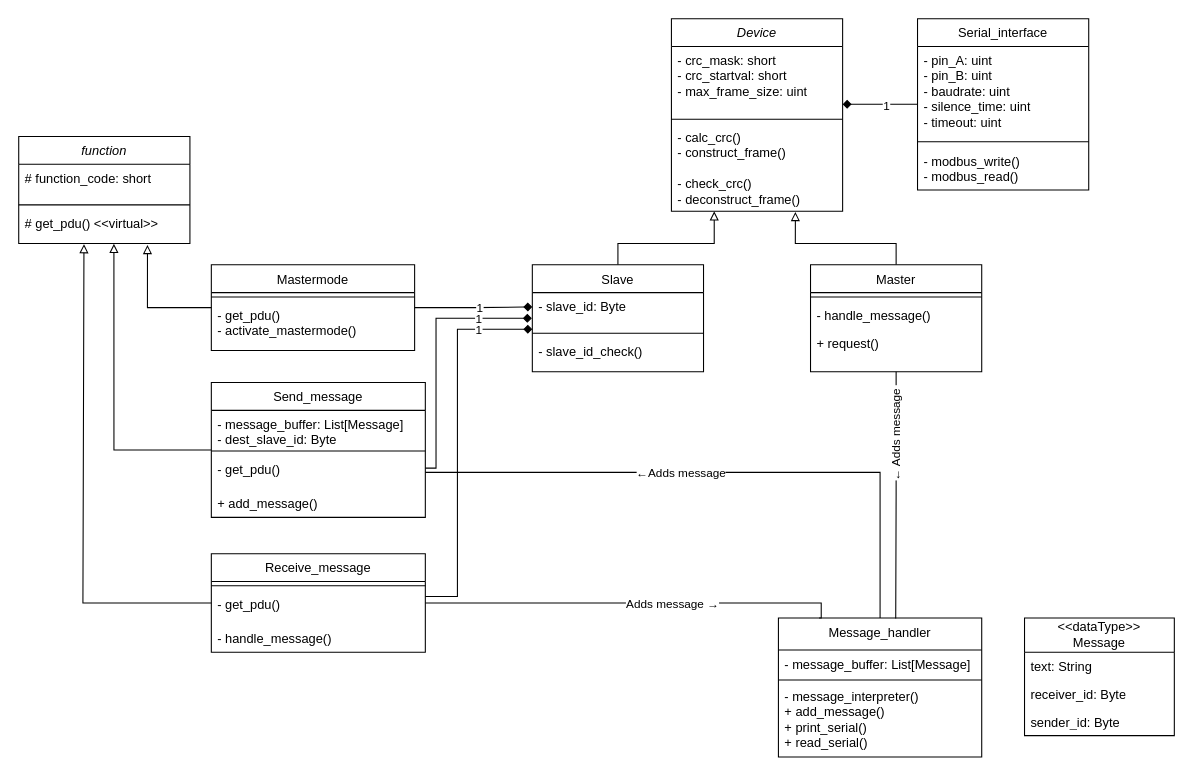
The draw.io diagram modbus_classdiagram.drawio in F-L-X-S/BusBricks, before the edit. Source tidied: cells renumbered, new cells numbered last; positions are measured from the earlier drawing's top-left corner, leaving out a move shared by most shapes. Both pictures are drawn from the tidied source at 107%, with x=0, y=0 at pixel (18, 18).
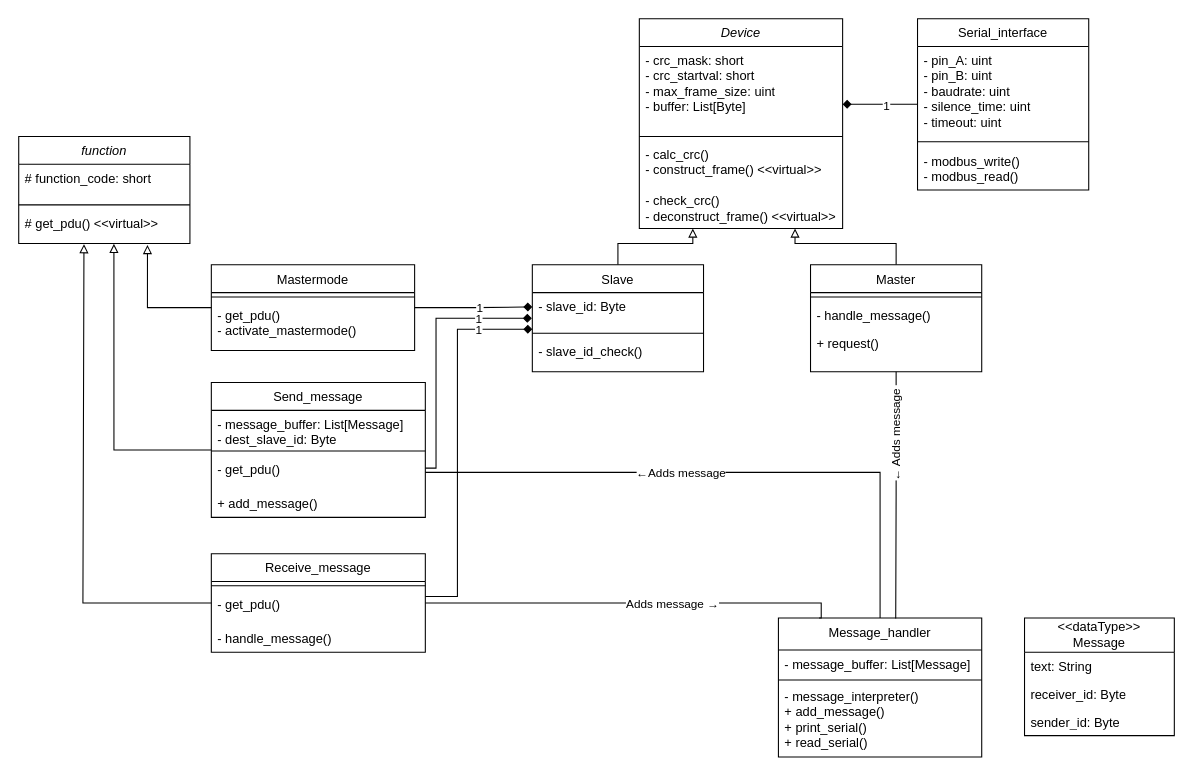
The same page after the edit.

Unchanged cells that the change refers to:
```xml
<mxCell id="7" value="&lt;span style=&quot;font-weight: normal;&quot;&gt;Slave&lt;/span&gt;" style="swimlane;fontStyle=1;align=center;verticalAlign=top;horizontal=1;startSize=26;whiteSpace=wrap;html=1;" parent="1" vertex="1">
  <mxGeometry x="480" y="230" width="160" height="100" as="geometry" />
</mxCell>
<mxCell id="12" value="&lt;span style=&quot;font-weight: normal;&quot;&gt;Master&lt;/span&gt;" style="swimlane;fontStyle=1;align=center;verticalAlign=top;horizontal=1;startSize=26;whiteSpace=wrap;html=1;" parent="1" vertex="1">
  <mxGeometry x="740" y="230" width="160" height="100" as="geometry" />
</mxCell>
```

What changed in the source:
```diff
@@
     <mxCell id="2" value="&lt;span style=&quot;font-weight: normal;&quot;&gt;&lt;i&gt;Device&lt;/i&gt;&lt;/span&gt;" style="swimlane;fontStyle=1;align=center;verticalAlign=top;horizontal=1;startSize=26;whiteSpace=wrap;html=1;" parent="1" vertex="1">
-      <mxGeometry x="610" width="160" height="180" as="geometry" />
+      <mxGeometry x="580" width="190" height="196" as="geometry" />
     </mxCell>
-    <mxCell id="3" value="- crc_mask: short&lt;div&gt;- crc_startval: short&lt;/div&gt;&lt;div&gt;- max_frame_size: uint&lt;/div&gt;" style="text;strokeColor=none;fillColor=none;align=left;verticalAlign=top;spacingLeft=4;spacingRight=4;overflow=hidden;whiteSpace=wrap;html=1;" parent="2" vertex="1">
-      <mxGeometry y="26" width="160" height="64" as="geometry" />
+    <mxCell id="3" value="- crc_mask: short&lt;div&gt;- crc_startval: short&lt;/div&gt;&lt;div&gt;- max_frame_size: uint&lt;/div&gt;&lt;div&gt;- buffer: List[Byte]&lt;/div&gt;" style="text;strokeColor=none;fillColor=none;align=left;verticalAlign=top;spacingLeft=4;spacingRight=4;overflow=hidden;whiteSpace=wrap;html=1;" parent="2" vertex="1">
+      <mxGeometry y="26" width="190" height="80" as="geometry" />
     </mxCell>
     <mxCell id="4" style="line;strokeWidth=1;fillColor=none;align=left;verticalAlign=middle;spacingTop=-1;spacingLeft=3;spacingRight=3;labelPosition=right;strokeColor=inherit;" parent="2" vertex="1">
-      <mxGeometry y="90" width="160" height="8" as="geometry" />
+      <mxGeometry y="106" width="190" height="8" as="geometry" />
     </mxCell>
-    <mxCell id="5" value="- calc_crc()&lt;div&gt;- construct_frame()&lt;br&gt;&lt;/div&gt;&lt;div&gt;&lt;br&gt;&lt;/div&gt;&lt;div&gt;&lt;div&gt;- check_crc()&lt;/div&gt;&lt;div&gt;&lt;div&gt;- deconstruct_frame()&lt;/div&gt;&lt;/div&gt;&lt;/div&gt;" style="text;strokeColor=none;fillColor=none;align=left;verticalAlign=top;spacingLeft=4;spacingRight=4;overflow=hidden;points=[[0,0.5],[1,0.5]];portConstraint=eastwest;whiteSpace=wrap;html=1;" parent="2" vertex="1">
-      <mxGeometry y="98" width="160" height="82" as="geometry" />
+    <mxCell id="5" value="- calc_crc()&lt;div&gt;- construct_frame() &amp;lt;&amp;lt;virtual&amp;gt;&amp;gt;&lt;br&gt;&lt;/div&gt;&lt;div&gt;&lt;br&gt;&lt;/div&gt;&lt;div&gt;&lt;div&gt;- check_crc()&lt;/div&gt;&lt;div&gt;&lt;div&gt;- deconstruct_frame() &amp;lt;&amp;lt;virtual&amp;gt;&amp;gt;&lt;/div&gt;&lt;/div&gt;&lt;/div&gt;" style="text;strokeColor=none;fillColor=none;align=left;verticalAlign=top;spacingLeft=4;spacingRight=4;overflow=hidden;points=[[0,0.5],[1,0.5]];portConstraint=eastwest;whiteSpace=wrap;html=1;" parent="2" vertex="1">
+      <mxGeometry y="114" width="190" height="82" as="geometry" />
     </mxCell>
-    <mxCell id="6" style="edgeStyle=orthogonalEdgeStyle;rounded=0;jettySize=auto;html=1;endArrow=block;endFill=0;entryX=0.25;entryY=1;entryDx=0;entryDy=0;exitX=0.5;exitY=0;exitDx=0;exitDy=0;startArrow=none;startFill=0;" parent="1" edge="1" source="7" target="2">
+    <mxCell id="6" style="edgeStyle=orthogonalEdgeStyle;rounded=0;jettySize=auto;html=1;endArrow=block;endFill=0;exitX=0.5;exitY=0;exitDx=0;exitDy=0;startArrow=none;startFill=0;" parent="1" edge="1" source="7" target="5">
       <mxGeometry relative="1" as="geometry">
         <Array as="points">
           <mxPoint x="560" y="210" />
-          <mxPoint x="650" y="210" />
+          <mxPoint x="630" y="210" />
         </Array>
       </mxGeometry>
     </mxCell>
@@
-    <mxCell id="11" style="edgeStyle=orthogonalEdgeStyle;rounded=0;jettySize=auto;html=1;entryX=0.724;entryY=1.007;entryDx=0;entryDy=0;entryPerimeter=0;endArrow=block;endFill=0;startArrow=none;startFill=0;" parent="1" edge="1" source="12" target="5">
+    <mxCell id="11" style="edgeStyle=orthogonalEdgeStyle;rounded=0;jettySize=auto;html=1;endArrow=block;endFill=0;startArrow=none;startFill=0;entryX=0.766;entryY=1;entryDx=0;entryDy=0;entryPerimeter=0;" parent="1" edge="1" source="12" target="5">
       <mxGeometry relative="1" as="geometry">
         <Array as="points">
           <mxPoint x="820" y="210" />
-          <mxPoint x="726" y="210" />
+          <mxPoint x="725" y="210" />
         </Array>
       </mxGeometry>
     </mxCell>
```
